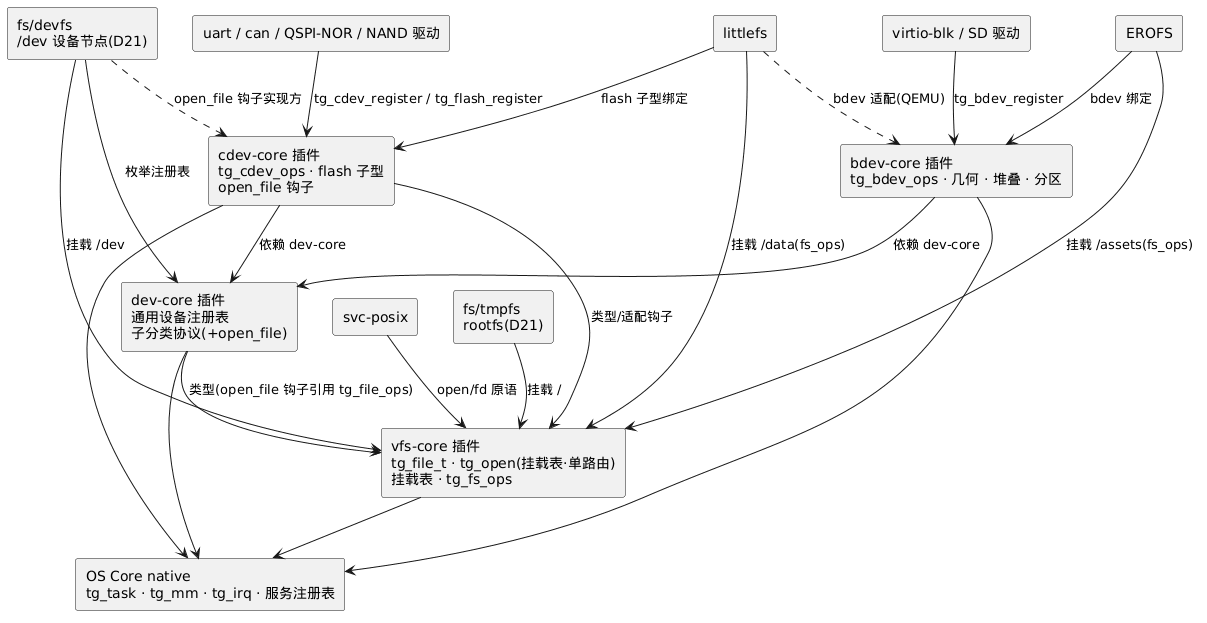
Above: docs/8-device/pics/8-01-device-01.png in zhuyh4n9/brickOS (PlantUML), before the change. Its diagram source:
```plantuml
@startuml
skinparam componentStyle rectangle

[svc-posix] as PXP
[fs/tmpfs\nrootfs(D21)] as TMP
[fs/devfs\n/dev 设备节点(D21)] as DFS
[littlefs] as LF
[EROFS] as EF
[vfs-core 插件\ntg_file_t · tg_open(挂载表·单路由)\n挂载表 · tg_fs_ops] as VFSC
[cdev-core 插件\ntg_cdev_ops · flash 子型\nopen_file 钩子] as CDEVC
[dev-core 插件\n通用设备注册表\n子分类协议(+open_file)] as DEVC
[bdev-core 插件\ntg_bdev_ops · 几何 · 堆叠 · 分区] as BDEVC
[virtio-blk / SD 驱动] as VBD
[uart / can / QSPI-NOR / NAND 驱动] as QN
[OS Core native\ntg_task · tg_mm · tg_irq · 服务注册表] as COREN

PXP --> VFSC : open/fd 原语
TMP --> VFSC : 挂载 /
DFS --> VFSC : 挂载 /dev
LF --> VFSC : 挂载 /data(fs_ops)
EF --> VFSC : 挂载 /assets(fs_ops)
LF --> CDEVC : flash 子型绑定
LF ..> BDEVC : bdev 适配(QEMU)
EF --> BDEVC : bdev 绑定
DFS --> DEVC : 枚举注册表
DFS ..> CDEVC : open_file 钩子实现方
VBD --> BDEVC : tg_bdev_register
QN --> CDEVC : tg_cdev_register / tg_flash_register
BDEVC --> DEVC : 依赖 dev-core
CDEVC --> DEVC : 依赖 dev-core
CDEVC --> VFSC : 类型/适配钩子
DEVC --> VFSC : 类型(open_file 钩子引用 tg_file_ops)
DEVC --> COREN
VFSC --> COREN
CDEVC --> COREN
BDEVC --> COREN
@enduml
```
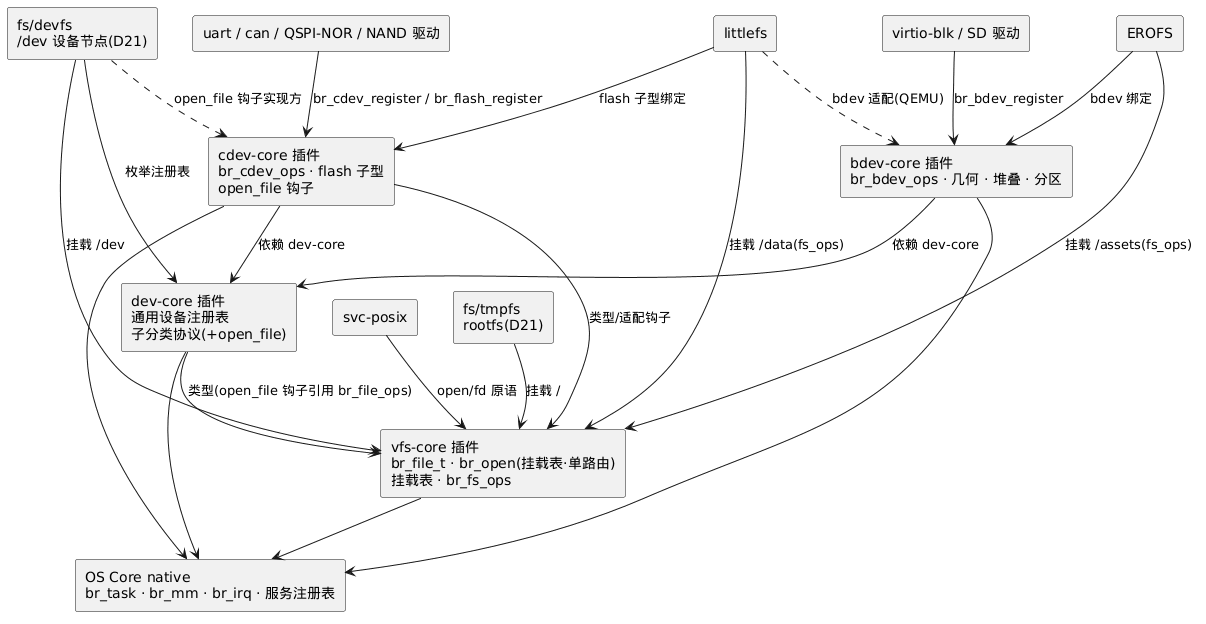
Later version of the same file.

What changed in the source:
```diff
@@ -6,13 +6,13 @@
 [fs/devfs\n/dev 设备节点(D21)] as DFS
 [littlefs] as LF
 [EROFS] as EF
-[vfs-core 插件\ntg_file_t · tg_open(挂载表·单路由)\n挂载表 · tg_fs_ops] as VFSC
-[cdev-core 插件\ntg_cdev_ops · flash 子型\nopen_file 钩子] as CDEVC
+[vfs-core 插件\nbr_file_t · br_open(挂载表·单路由)\n挂载表 · br_fs_ops] as VFSC
+[cdev-core 插件\nbr_cdev_ops · flash 子型\nopen_file 钩子] as CDEVC
 [dev-core 插件\n通用设备注册表\n子分类协议(+open_file)] as DEVC
-[bdev-core 插件\ntg_bdev_ops · 几何 · 堆叠 · 分区] as BDEVC
+[bdev-core 插件\nbr_bdev_ops · 几何 · 堆叠 · 分区] as BDEVC
 [virtio-blk / SD 驱动] as VBD
 [uart / can / QSPI-NOR / NAND 驱动] as QN
-[OS Core native\ntg_task · tg_mm · tg_irq · 服务注册表] as COREN
+[OS Core native\nbr_task · br_mm · br_irq · 服务注册表] as COREN
 
 PXP --> VFSC : open/fd 原语
 TMP --> VFSC : 挂载 /
@@ -24,12 +24,12 @@
 EF --> BDEVC : bdev 绑定
 DFS --> DEVC : 枚举注册表
 DFS ..> CDEVC : open_file 钩子实现方
-VBD --> BDEVC : tg_bdev_register
-QN --> CDEVC : tg_cdev_register / tg_flash_register
+VBD --> BDEVC : br_bdev_register
+QN --> CDEVC : br_cdev_register / br_flash_register
 BDEVC --> DEVC : 依赖 dev-core
 CDEVC --> DEVC : 依赖 dev-core
 CDEVC --> VFSC : 类型/适配钩子
-DEVC --> VFSC : 类型(open_file 钩子引用 tg_file_ops)
+DEVC --> VFSC : 类型(open_file 钩子引用 br_file_ops)
 DEVC --> COREN
 VFSC --> COREN
 CDEVC --> COREN
```
